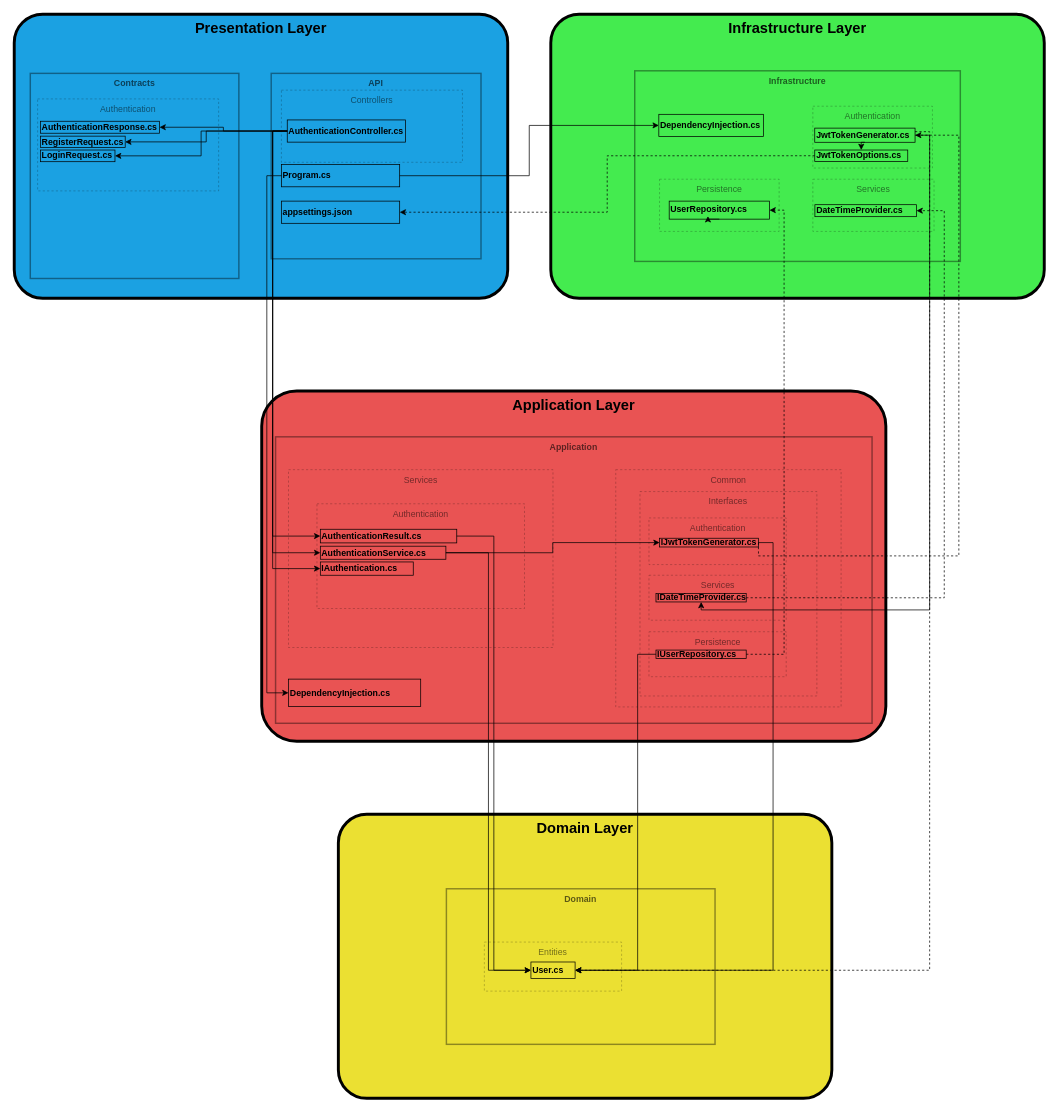
Earlier version of the draw.io diagram CA&DDD.drawio (tperisaTest/Clean-Architecture-and-DDD). Source tidied: cells renumbered, new cells numbered last; positions are measured from the earlier drawing's top-left corner, leaving out a move shared by most shapes. Both pictures are drawn from the tidied source at 73%, with x=0, y=0 at pixel (14, 14).
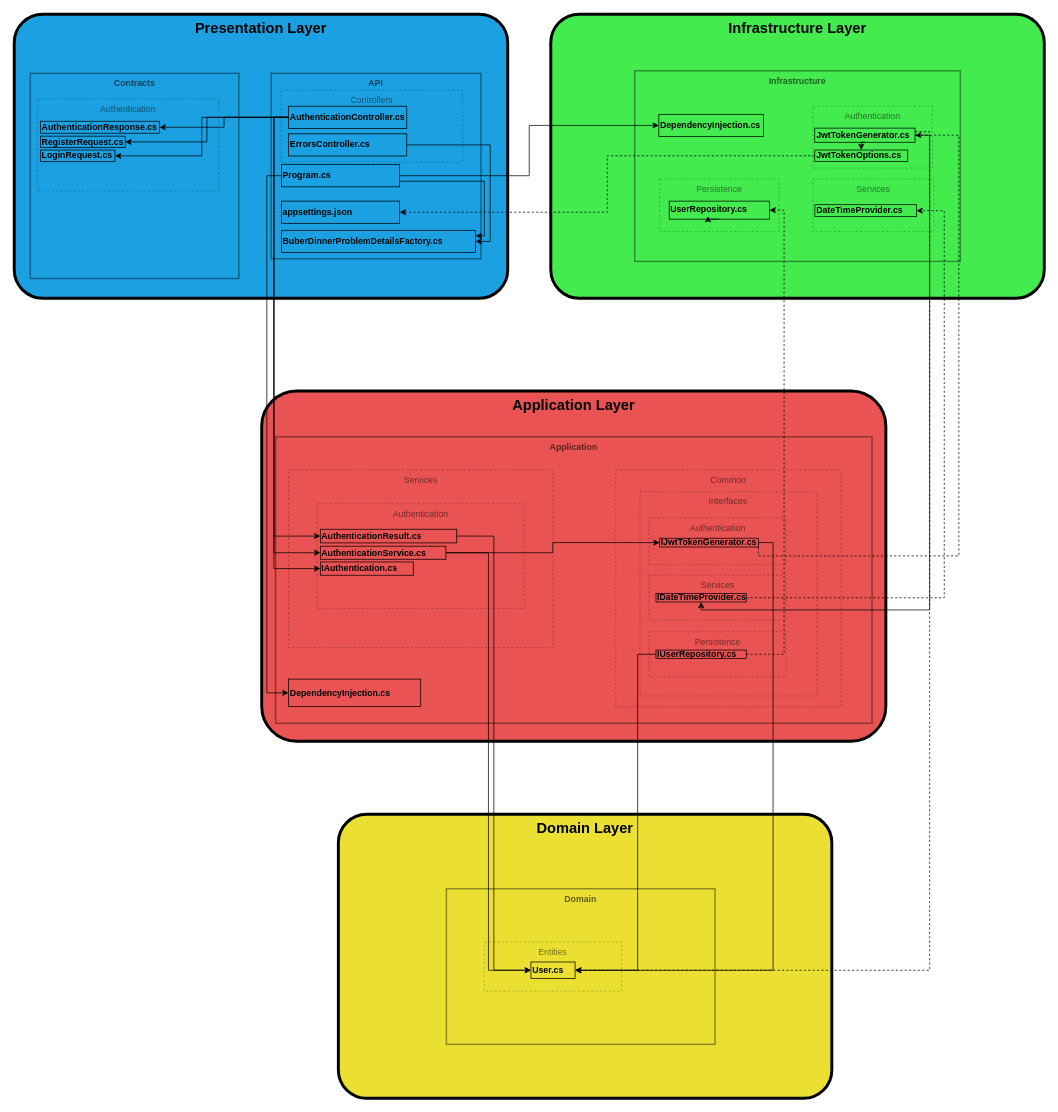
Above is the later version.

Unchanged cells that the change refers to:
```xml
<mxCell id="8" value="API" style="rounded=0;whiteSpace=wrap;html=1;fillColor=none;fontColor=#000000;strokeColor=#000000;arcSize=9;verticalAlign=top;fontStyle=1;fontSize=12;horizontal=1;labelBackgroundColor=none;strokeWidth=2;textOpacity=60;opacity=40;" parent="2" vertex="1">
  <mxGeometry x="352" y="81" width="287.4" height="254" as="geometry" />
</mxCell>
<mxCell id="9" value="&lt;font color=&quot;#000000&quot;&gt;Controllers&lt;/font&gt;" style="rounded=0;whiteSpace=wrap;html=1;fillColor=none;strokeColor=#000000;align=center;verticalAlign=top;dashed=1;opacity=30;textOpacity=50;" parent="8" vertex="1">
  <mxGeometry x="14" y="23" width="248" height="98.8" as="geometry" />
</mxCell>
<mxCell id="11" value="&lt;font color=&quot;#000000&quot;&gt;&lt;b&gt;Program.cs&lt;br&gt;&lt;/b&gt;&lt;/font&gt;" style="rounded=0;whiteSpace=wrap;html=1;fillColor=none;strokeColor=#000000;align=left;" parent="8" vertex="1">
  <mxGeometry x="14" y="125" width="162" height="30.4" as="geometry" />
</mxCell>
```

What changed in the source:
```diff
@@
     <mxCell id="10" value="&lt;font color=&quot;#000000&quot;&gt;&lt;b&gt;AuthenticationController.cs&lt;br&gt;&lt;/b&gt;&lt;/font&gt;" style="rounded=0;whiteSpace=wrap;html=1;fillColor=none;strokeColor=#000000;align=left;" parent="9" vertex="1">
-      <mxGeometry x="8" y="40.8" width="162" height="30.4" as="geometry" />
+      <mxGeometry x="9.7" y="22" width="162" height="30.4" as="geometry" />
     </mxCell>
+    <mxCell id="64" value="&lt;font color=&quot;#000000&quot;&gt;&lt;b&gt;ErrorsController.cs&lt;br&gt;&lt;/b&gt;&lt;/font&gt;" style="rounded=0;whiteSpace=wrap;html=1;fillColor=none;strokeColor=#000000;align=left;" parent="9" vertex="1">
+      <mxGeometry x="9.7" y="59.8" width="162" height="30.4" as="geometry" />
+    </mxCell>
+    <mxCell id="65" style="edgeStyle=orthogonalEdgeStyle;rounded=0;jettySize=auto;html=1;exitX=1;exitY=0.75;exitDx=0;exitDy=0;entryX=1;entryY=0.25;entryDx=0;entryDy=0;" parent="8" edge="1" source="11" target="66">
+      <mxGeometry relative="1" as="geometry">
+        <Array as="points">
+          <mxPoint x="292" y="148" />
+          <mxPoint x="292" y="223" />
+        </Array>
+      </mxGeometry>
+    </mxCell>
@@
+    <mxCell id="66" value="BuberDinnerProblemDetailsFactory.cs" style="rounded=0;whiteSpace=wrap;html=1;fillColor=none;strokeColor=#000000;align=left;fontColor=#050505;fontStyle=1;" parent="8" vertex="1">
+      <mxGeometry x="14" y="215" width="266" height="30.4" as="geometry" />
+    </mxCell>
+    <mxCell id="67" style="edgeStyle=orthogonalEdgeStyle;rounded=0;jettySize=auto;html=1;exitX=1;exitY=0.5;exitDx=0;exitDy=0;entryX=1;entryY=0.5;entryDx=0;entryDy=0;" parent="8" edge="1" source="64" target="66">
+      <mxGeometry relative="1" as="geometry" />
+    </mxCell>
```
